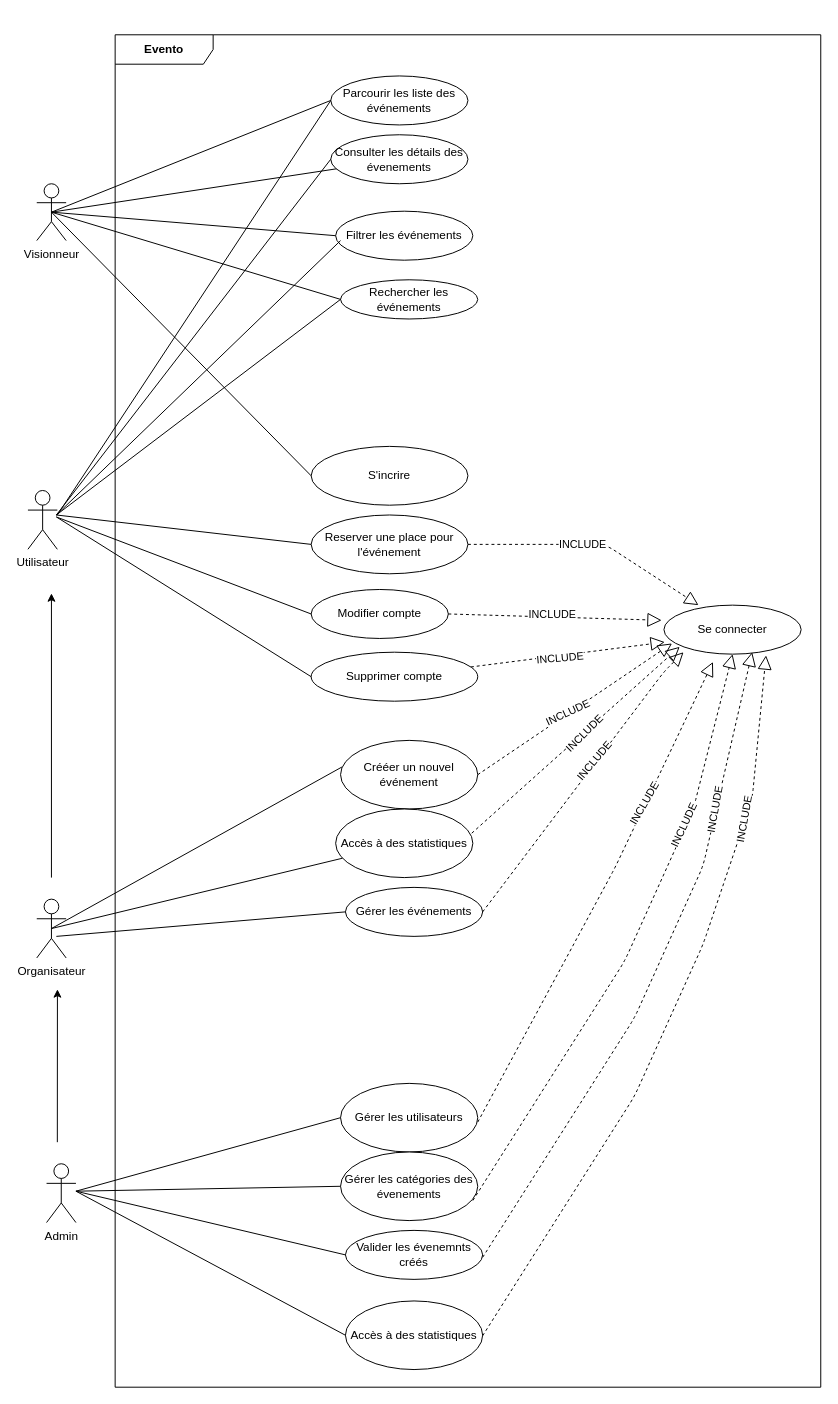
emminyell/Evento keeps this draw.io diagram as Conception/use_case.drawio. Above is the earlier version. Source tidied: cells renumbered, new cells numbered last; positions are measured from the earlier drawing's top-left corner, leaving out a move shared by most shapes. Both pictures are drawn from the tidied source at 98%, with x=0, y=0 at pixel (27, 34).
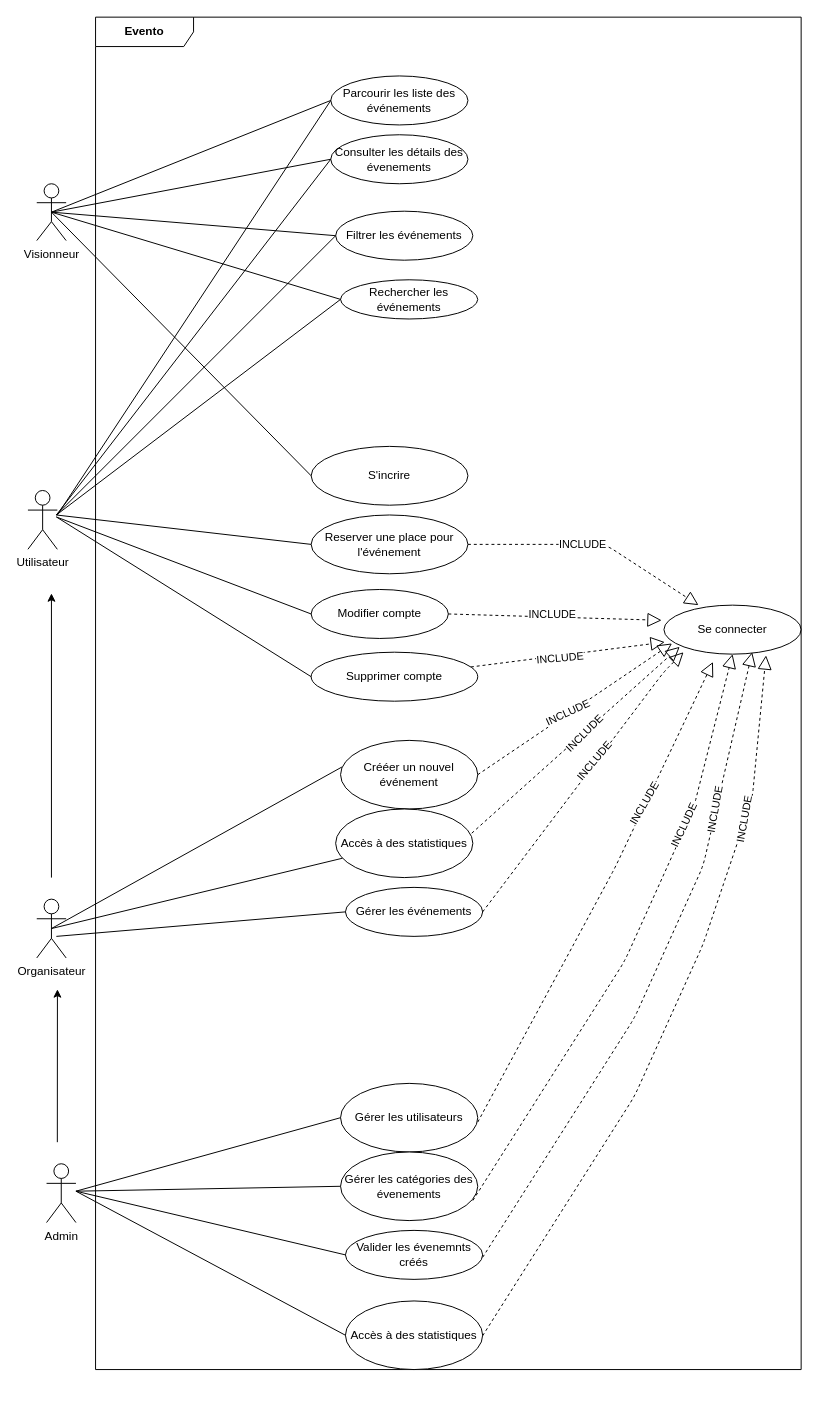
The same page after the edit.

Commit message:
modifier use case

Unchanged cells that the change refers to:
```xml
<mxCell id="2" value="Visionneur" style="shape=umlActor;verticalLabelPosition=bottom;verticalAlign=top;html=1;" parent="1" vertex="1">
  <mxGeometry x="9" y="152" width="30" height="58" as="geometry" />
</mxCell>
<mxCell id="4" value="Consulter les détails des évenements" style="ellipse;whiteSpace=wrap;html=1;" parent="1" vertex="1">
  <mxGeometry x="309" y="102" width="140" height="50" as="geometry" />
</mxCell>
<mxCell id="6" value="Filtrer les événements" style="ellipse;whiteSpace=wrap;html=1;" parent="1" vertex="1">
  <mxGeometry x="314" y="180" width="140" height="50" as="geometry" />
</mxCell>
```

The edit, as a diff of the source:
```diff
@@
-    <mxCell id="23" style="endArrow=none;html=1;exitX=0.5;exitY=0.5;exitDx=0;exitDy=0;exitPerimeter=0;" parent="1" edge="1" source="2" target="4">
+    <mxCell id="23" style="endArrow=none;html=1;exitX=0.5;exitY=0.5;exitDx=0;exitDy=0;exitPerimeter=0;entryX=0;entryY=0.5;entryDx=0;entryDy=0;" parent="1" edge="1" source="2" target="4">
       <mxGeometry relative="1" as="geometry" />
     </mxCell>
@@
     <mxCell id="33" value="Evento" style="shape=umlFrame;whiteSpace=wrap;html=1;width=100;height=30;fontStyle=1;" parent="1" vertex="1">
-      <mxGeometry x="89" width="720" height="1380" as="geometry" />
+      <mxGeometry x="69" y="-18" width="720" height="1380" as="geometry" />
     </mxCell>
@@
-    <mxCell id="62" style="endArrow=none;html=1;" parent="1" edge="1">
+    <mxCell id="62" style="endArrow=none;html=1;entryX=0;entryY=0.5;entryDx=0;entryDy=0;" parent="1" edge="1" target="6">
       <mxGeometry relative="1" as="geometry">
         <mxPoint x="29" y="490" as="sourcePoint" />
-        <mxPoint x="319" y="210" as="targetPoint" />
       </mxGeometry>
     </mxCell>
```
